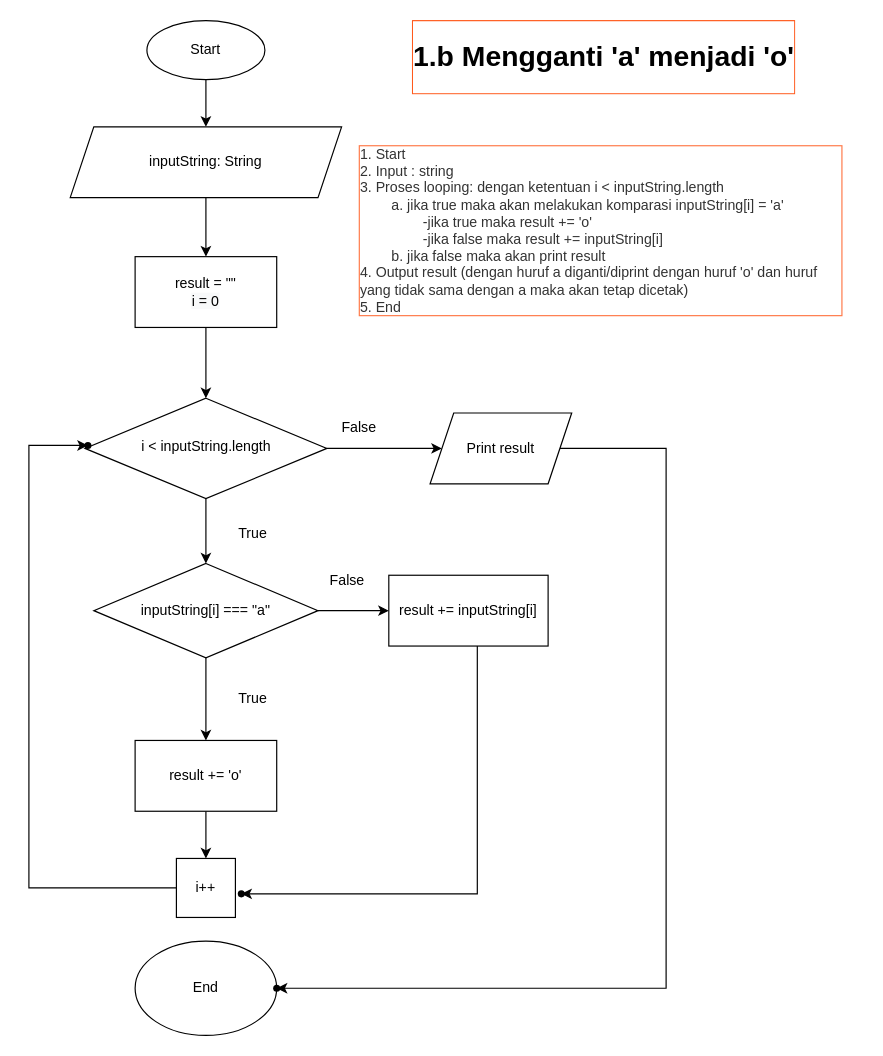
Above: 1b switch.drawio in PututN/fw12-javascript1 (draw.io), before the change. Source tidied: cells renumbered, new cells numbered last; positions are measured from the earlier drawing's top-left corner, leaving out a move shared by most shapes. Both pictures are drawn from the tidied source at 118%, with x=0, y=0 at pixel (28, 20).
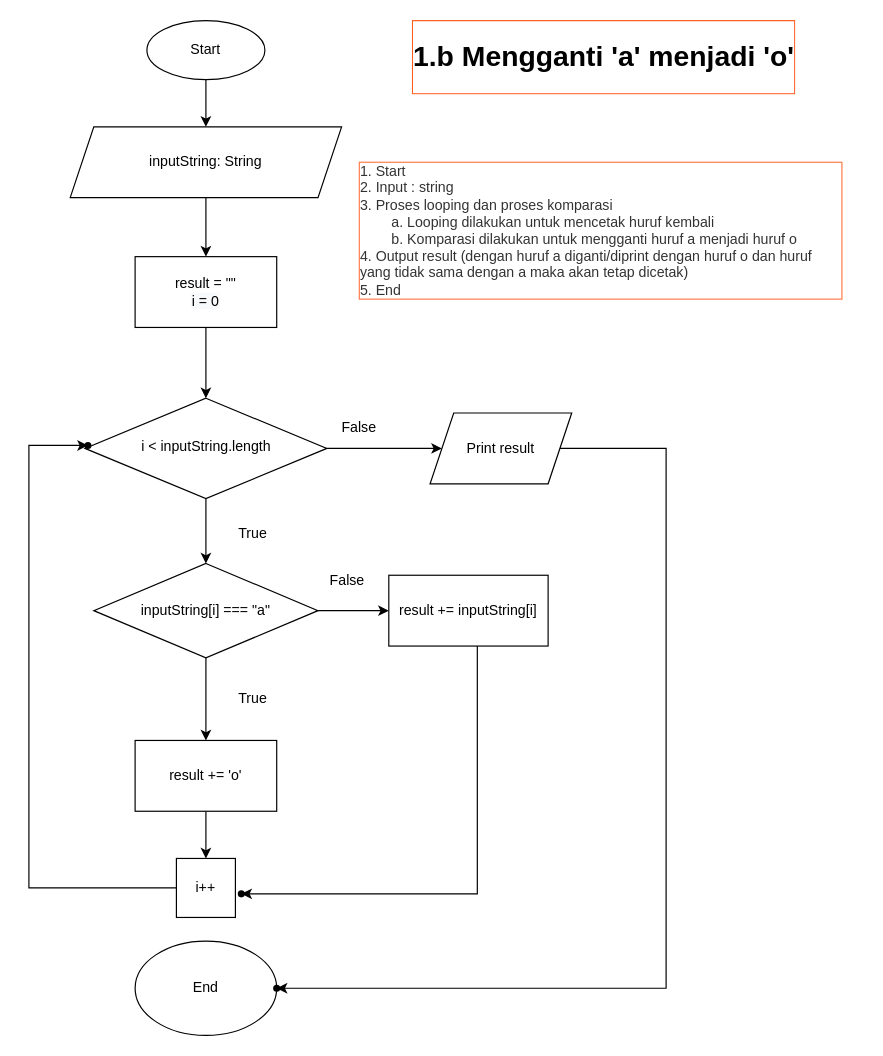
After the change.

The edit, as a diff of the source:
```diff
@@
-    <mxCell id="2" value="1. Start&lt;br&gt;2. Input : string&lt;br&gt;3. Proses looping: dengan ketentuan i &amp;lt; inputString.length&lt;br&gt;&lt;span style=&quot;white-space: pre;&quot;&gt;&#9;&lt;/span&gt;a. jika true maka akan melakukan komparasi inputString[i] = 'a'&lt;br&gt;&lt;span style=&quot;white-space: pre;&quot;&gt;&#9;&lt;span style=&quot;white-space: pre;&quot;&gt;&#9;&lt;/span&gt;&lt;/span&gt;-jika true maka result += 'o'&lt;br&gt;&lt;span style=&quot;white-space: pre;&quot;&gt;&#9;&lt;span style=&quot;white-space: pre;&quot;&gt;&#9;&lt;/span&gt;&lt;/span&gt;-jika false maka result += inputString[i]&lt;br&gt;&lt;span style=&quot;white-space: pre;&quot;&gt;&#9;&lt;/span&gt;b. jika false maka akan print result&lt;br&gt;4. Output result (dengan huruf a diganti/diprint dengan huruf 'o' dan huruf yang tidak sama dengan a maka akan tetap dicetak)&lt;br&gt;5. End&amp;nbsp;" style="text;strokeColor=none;fillColor=none;align=left;verticalAlign=middle;rounded=0;labelBackgroundColor=default;whiteSpace=wrap;html=1;labelBorderColor=#FF591C;spacingTop=1;spacing=12;spacingBottom=5;spacingLeft=-2;textOpacity=80;fontFamily=mulish;" parent="1" vertex="1">
+    <mxCell id="2" value="1. Start&lt;br&gt;2. Input : string&lt;br&gt;3. Proses looping dan proses komparasi&lt;br&gt;&lt;span style=&quot;white-space: pre;&quot;&gt;&#9;&lt;/span&gt;a. Looping dilakukan untuk mencetak huruf kembali&lt;br&gt;&lt;span style=&quot;white-space: pre;&quot;&gt;&#9;&lt;/span&gt;b. Komparasi dilakukan untuk mengganti huruf a menjadi huruf o&lt;br&gt;4. Output result (dengan huruf a diganti/diprint dengan huruf o dan huruf yang tidak sama dengan a maka akan tetap dicetak)&lt;br&gt;5. End&amp;nbsp;" style="text;strokeColor=none;fillColor=none;align=left;verticalAlign=middle;rounded=0;labelBackgroundColor=default;whiteSpace=wrap;html=1;labelBorderColor=#FF591C;spacingTop=1;spacing=12;spacingBottom=5;spacingLeft=-2;textOpacity=80;fontFamily=mulish;" parent="1" vertex="1">
       <mxGeometry x="270" width="430" height="360" as="geometry" />
     </mxCell>
```
